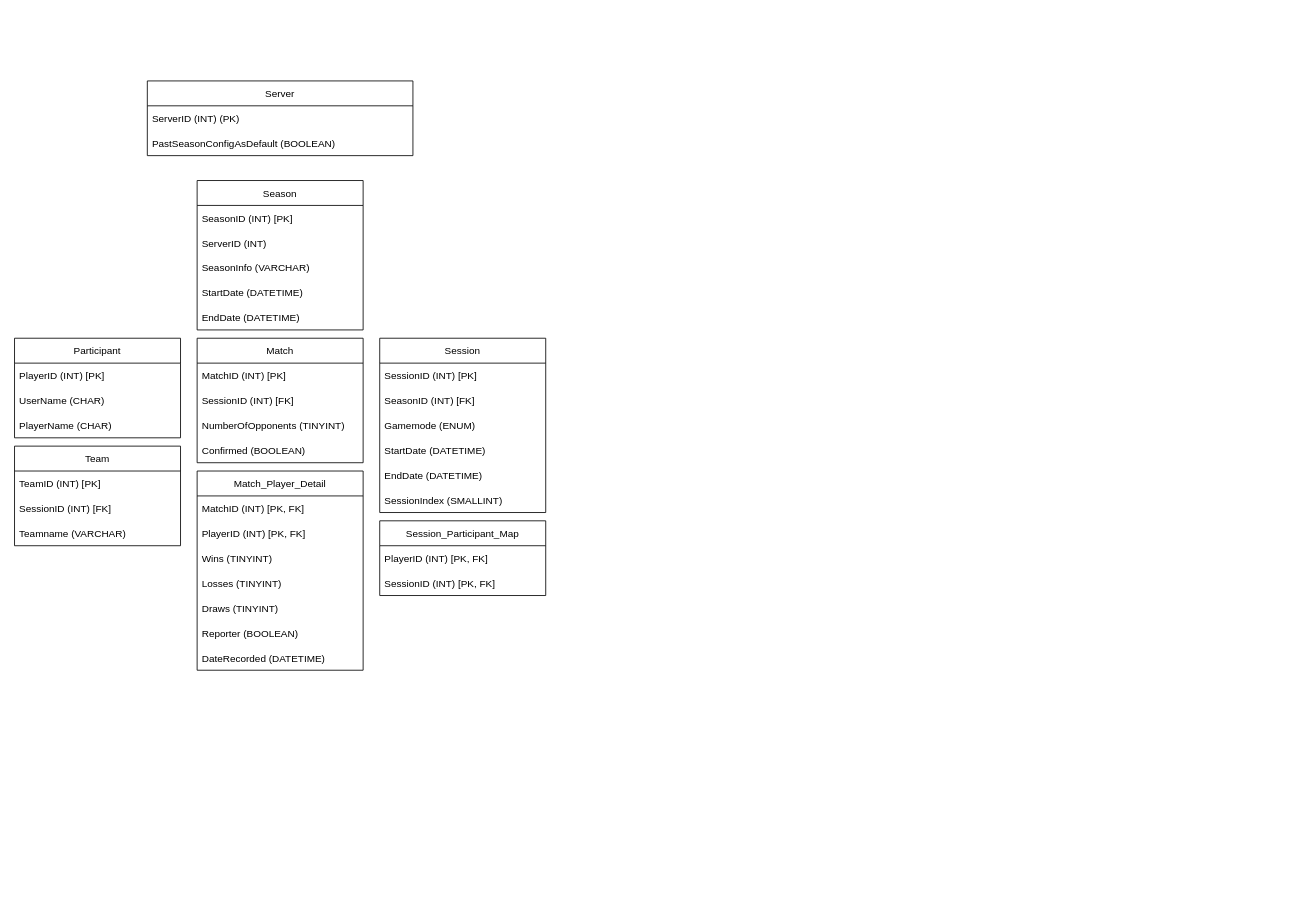
Earlier version of the draw.io diagram TourneyBotDB.drawio (SpencerRSMS/TourneyBot). Source tidied: cells renumbered, new cells numbered last; positions are measured from the earlier drawing's top-left corner, leaving out a move shared by most shapes. Both pictures are drawn from the tidied source at 83%, with x=0, y=0 at pixel (14, 81).
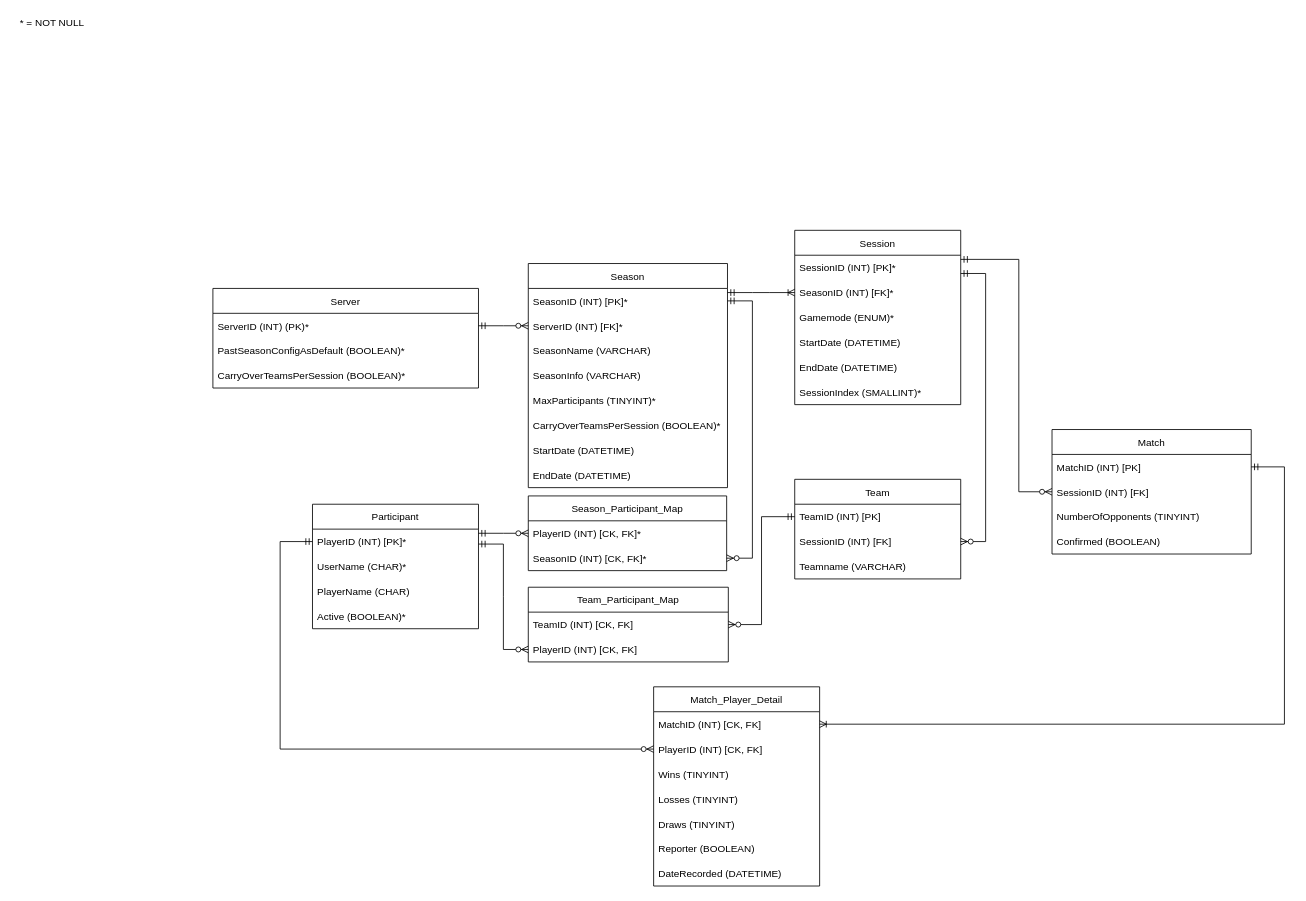
The same page after the edit.

Commit message:
ERD update: Added cardinality, also added a few more entities to tables, changed session_participant_map to season_participant_map

Unchanged cells that the change refers to:
```xml
<mxCell id="18" value="TeamID (INT) [PK]" style="text;strokeColor=none;fillColor=none;align=left;verticalAlign=middle;spacingLeft=4;spacingRight=4;overflow=hidden;points=[[0,0.5],[1,0.5]];portConstraint=eastwest;" parent="17" vertex="1">
  <mxGeometry y="30" width="200" height="30" as="geometry" />
</mxCell>
<mxCell id="19" value="SessionID (INT) [FK]" style="text;strokeColor=none;fillColor=none;align=left;verticalAlign=middle;spacingLeft=4;spacingRight=4;overflow=hidden;points=[[0,0.5],[1,0.5]];portConstraint=eastwest;" parent="17" vertex="1">
  <mxGeometry y="60" width="200" height="30" as="geometry" />
</mxCell>
```

What changed in the source:
```diff
@@
     <mxCell id="2" value="Participant" style="swimlane;fontStyle=0;horizontal=1;startSize=30;" parent="1" vertex="1">
-      <mxGeometry y="310" width="200" height="120" as="geometry" />
+      <mxGeometry x="359" y="510" width="200" height="150" as="geometry" />
     </mxCell>
-    <mxCell id="3" value="PlayerID (INT) [PK]" style="text;strokeColor=none;fillColor=none;align=left;verticalAlign=middle;spacingLeft=4;spacingRight=4;overflow=hidden;points=[[0,0.5],[1,0.5]];portConstraint=eastwest;" parent="2" vertex="1">
+    <mxCell id="3" value="PlayerID (INT) [PK]*" style="text;strokeColor=none;fillColor=none;align=left;verticalAlign=middle;spacingLeft=4;spacingRight=4;overflow=hidden;points=[[0,0.5],[1,0.5]];portConstraint=eastwest;" parent="2" vertex="1">
       <mxGeometry y="30" width="200" height="30" as="geometry" />
     </mxCell>
-    <mxCell id="4" value="UserName (CHAR)" style="text;strokeColor=none;fillColor=none;align=left;verticalAlign=middle;spacingLeft=4;spacingRight=4;overflow=hidden;" parent="2" vertex="1">
+    <mxCell id="4" value="UserName (CHAR)*" style="text;strokeColor=none;fillColor=none;align=left;verticalAlign=middle;spacingLeft=4;spacingRight=4;overflow=hidden;" parent="2" vertex="1">
       <mxGeometry y="60" width="200" height="30" as="geometry" />
     </mxCell>
@@
+    <mxCell id="42" value="Active (BOOLEAN)*" style="text;strokeColor=none;fillColor=none;align=left;verticalAlign=middle;spacingLeft=4;spacingRight=4;overflow=hidden;" parent="2" vertex="1">
+      <mxGeometry y="120" width="200" height="30" as="geometry" />
+    </mxCell>
     <mxCell id="6" value="Season" style="swimlane;fontStyle=0;horizontal=1;startSize=30;" parent="1" vertex="1">
-      <mxGeometry x="220" y="120" width="200" height="180" as="geometry" />
+      <mxGeometry x="619" y="220" width="240" height="270" as="geometry" />
     </mxCell>
-    <mxCell id="7" value="SeasonID (INT) [PK] " style="text;strokeColor=none;fillColor=none;align=left;verticalAlign=middle;spacingLeft=4;spacingRight=4;overflow=hidden;points=[[0,0.5],[1,0.5]];portConstraint=eastwest;" parent="6" vertex="1">
-      <mxGeometry y="30" width="200" height="30" as="geometry" />
+    <mxCell id="7" value="SeasonID (INT) [PK]*" style="text;strokeColor=none;fillColor=none;align=left;verticalAlign=middle;spacingLeft=4;spacingRight=4;overflow=hidden;points=[[0,0.5],[1,0.5]];portConstraint=eastwest;" parent="6" vertex="1">
+      <mxGeometry y="30" width="240" height="30" as="geometry" />
     </mxCell>
-    <mxCell id="8" value="ServerID (INT)" style="text;strokeColor=none;fillColor=none;align=left;verticalAlign=middle;spacingLeft=4;spacingRight=4;overflow=hidden;points=[[0,0.5],[1,0.5]];portConstraint=eastwest;" parent="6" vertex="1">
-      <mxGeometry y="60" width="200" height="30" as="geometry" />
+    <mxCell id="8" value="ServerID (INT) [FK]*" style="text;strokeColor=none;fillColor=none;align=left;verticalAlign=middle;spacingLeft=4;spacingRight=4;overflow=hidden;points=[[0,0.5],[1,0.5]];portConstraint=eastwest;" parent="6" vertex="1">
+      <mxGeometry y="60" width="240" height="30" as="geometry" />
     </mxCell>
+    <mxCell id="43" value="SeasonName (VARCHAR)" style="text;strokeColor=none;fillColor=none;align=left;verticalAlign=middle;spacingLeft=4;spacingRight=4;overflow=hidden;" parent="6" vertex="1">
+      <mxGeometry y="90" width="240" height="30" as="geometry" />
+    </mxCell>
     <mxCell id="9" value="SeasonInfo (VARCHAR)" style="text;strokeColor=none;fillColor=none;align=left;verticalAlign=middle;spacingLeft=4;spacingRight=4;overflow=hidden;" parent="6" vertex="1">
-      <mxGeometry y="90" width="200" height="30" as="geometry" />
+      <mxGeometry y="120" width="240" height="30" as="geometry" />
     </mxCell>
+    <mxCell id="44" value="MaxParticipants (TINYINT)*" style="text;strokeColor=none;fillColor=none;align=left;verticalAlign=middle;spacingLeft=4;spacingRight=4;overflow=hidden;" parent="6" vertex="1">
+      <mxGeometry y="150" width="240" height="30" as="geometry" />
+    </mxCell>
+    <mxCell id="45" value="CarryOverTeamsPerSession (BOOLEAN)*" style="text;strokeColor=none;fillColor=none;align=left;verticalAlign=middle;spacingLeft=4;spacingRight=4;overflow=hidden;" parent="6" vertex="1">
+      <mxGeometry y="180" width="240" height="30" as="geometry" />
+    </mxCell>
     <mxCell id="10" value="StartDate (DATETIME)" style="text;strokeColor=none;fillColor=none;align=left;verticalAlign=middle;spacingLeft=4;spacingRight=4;overflow=hidden;" parent="6" vertex="1">
-      <mxGeometry y="120" width="200" height="30" as="geometry" />
+      <mxGeometry y="210" width="240" height="30" as="geometry" />
     </mxCell>
     <mxCell id="11" value="EndDate (DATETIME)" style="text;strokeColor=none;fillColor=none;align=left;verticalAlign=middle;spacingLeft=4;spacingRight=4;overflow=hidden;" parent="6" vertex="1">
-      <mxGeometry y="150" width="200" height="30" as="geometry" />
+      <mxGeometry y="240" width="240" height="30" as="geometry" />
     </mxCell>
     <mxCell id="12" value="Match" style="swimlane;fontStyle=0;horizontal=1;startSize=30;" parent="1" vertex="1">
-      <mxGeometry x="220" y="310" width="200" height="150" as="geometry" />
+      <mxGeometry x="1250" y="420" width="240" height="150" as="geometry" />
     </mxCell>
     <mxCell id="13" value="MatchID (INT) [PK]" style="text;strokeColor=none;fillColor=none;align=left;verticalAlign=middle;spacingLeft=4;spacingRight=4;overflow=hidden;points=[[0,0.5],[1,0.5]];portConstraint=eastwest;" parent="12" vertex="1">
-      <mxGeometry y="30" width="200" height="30" as="geometry" />
+      <mxGeometry y="30" width="240" height="30" as="geometry" />
     </mxCell>
     <mxCell id="14" value="SessionID (INT) [FK]" style="text;strokeColor=none;fillColor=none;align=left;verticalAlign=middle;spacingLeft=4;spacingRight=4;overflow=hidden;points=[[0,0.5],[1,0.5]];portConstraint=eastwest;" parent="12" vertex="1">
-      <mxGeometry y="60" width="200" height="30" as="geometry" />
+      <mxGeometry y="60" width="240" height="30" as="geometry" />
     </mxCell>
     <mxCell id="15" value="NumberOfOpponents (TINYINT)" style="text;strokeColor=none;fillColor=none;align=left;verticalAlign=middle;spacingLeft=4;spacingRight=4;overflow=hidden;" parent="12" vertex="1">
-      <mxGeometry y="90" width="200" height="30" as="geometry" />
+      <mxGeometry y="90" width="240" height="30" as="geometry" />
     </mxCell>
     <mxCell id="16" value="Confirmed (BOOLEAN)" style="text;strokeColor=none;fillColor=none;align=left;verticalAlign=middle;spacingLeft=4;spacingRight=4;overflow=hidden;" parent="12" vertex="1">
-      <mxGeometry y="120" width="200" height="30" as="geometry" />
+      <mxGeometry y="120" width="240" height="30" as="geometry" />
     </mxCell>
     <mxCell id="17" value="Team" style="swimlane;fontStyle=0;horizontal=1;startSize=30;" parent="1" vertex="1">
-      <mxGeometry y="440" width="200" height="120" as="geometry" />
+      <mxGeometry x="940" y="480" width="200" height="120" as="geometry" />
     </mxCell>
@@
     <mxCell id="21" value="Session" style="swimlane;fontStyle=0;horizontal=1;startSize=30;" parent="1" vertex="1">
-      <mxGeometry x="440" y="310" width="200" height="210" as="geometry" />
+      <mxGeometry x="940" y="180" width="200" height="210" as="geometry" />
     </mxCell>
-    <mxCell id="22" value="SessionID (INT) [PK]" style="text;strokeColor=none;fillColor=none;align=left;verticalAlign=middle;spacingLeft=4;spacingRight=4;overflow=hidden;" parent="21" vertex="1">
+    <mxCell id="22" value="SessionID (INT) [PK]*" style="text;strokeColor=none;fillColor=none;align=left;verticalAlign=middle;spacingLeft=4;spacingRight=4;overflow=hidden;" parent="21" vertex="1">
       <mxGeometry y="30" width="200" height="30" as="geometry" />
     </mxCell>
-    <mxCell id="23" value="SeasonID (INT) [FK]" style="text;strokeColor=none;fillColor=none;align=left;verticalAlign=middle;spacingLeft=4;spacingRight=4;overflow=hidden;points=[[0,0.5],[1,0.5]];portConstraint=eastwest;" parent="21" vertex="1">
+    <mxCell id="23" value="SeasonID (INT) [FK]*" style="text;strokeColor=none;fillColor=none;align=left;verticalAlign=middle;spacingLeft=4;spacingRight=4;overflow=hidden;points=[[0,0.5],[1,0.5]];portConstraint=eastwest;" parent="21" vertex="1">
       <mxGeometry y="60" width="200" height="30" as="geometry" />
     </mxCell>
-    <mxCell id="24" value="Gamemode (ENUM)" style="text;strokeColor=none;fillColor=none;align=left;verticalAlign=middle;spacingLeft=4;spacingRight=4;overflow=hidden;" parent="21" vertex="1">
+    <mxCell id="24" value="Gamemode (ENUM)*" style="text;strokeColor=none;fillColor=none;align=left;verticalAlign=middle;spacingLeft=4;spacingRight=4;overflow=hidden;" parent="21" vertex="1">
       <mxGeometry y="90" width="200" height="30" as="geometry" />
     </mxCell>
@@
-    <mxCell id="27" value="SessionIndex (SMALLINT)" style="text;strokeColor=none;fillColor=none;align=left;verticalAlign=middle;spacingLeft=4;spacingRight=4;overflow=hidden;" parent="21" vertex="1">
+    <mxCell id="27" value="SessionIndex (SMALLINT)*" style="text;strokeColor=none;fillColor=none;align=left;verticalAlign=middle;spacingLeft=4;spacingRight=4;overflow=hidden;" parent="21" vertex="1">
       <mxGeometry y="180" width="200" height="30" as="geometry" />
     </mxCell>
     <mxCell id="28" value="Match_Player_Detail" style="swimlane;fontStyle=0;horizontal=1;startSize=30;" parent="1" vertex="1">
-      <mxGeometry x="220" y="470" width="200" height="240" as="geometry" />
+      <mxGeometry x="770" y="730" width="200" height="240" as="geometry" />
     </mxCell>
-    <mxCell id="29" value="MatchID (INT) [PK, FK]" style="text;strokeColor=none;fillColor=none;align=left;verticalAlign=middle;spacingLeft=4;spacingRight=4;overflow=hidden;points=[[0,0.5],[1,0.5]];portConstraint=eastwest;" parent="28" vertex="1">
+    <mxCell id="29" value="MatchID (INT) [CK, FK]" style="text;strokeColor=none;fillColor=none;align=left;verticalAlign=middle;spacingLeft=4;spacingRight=4;overflow=hidden;points=[[0,0.5],[1,0.5]];portConstraint=eastwest;" parent="28" vertex="1">
       <mxGeometry y="30" width="200" height="30" as="geometry" />
     </mxCell>
-    <mxCell id="30" value="PlayerID (INT) [PK, FK]" style="text;strokeColor=none;fillColor=none;align=left;verticalAlign=middle;spacingLeft=4;spacingRight=4;overflow=hidden;points=[[0,0.5],[1,0.5]];portConstraint=eastwest;" parent="28" vertex="1">
+    <mxCell id="30" value="PlayerID (INT) [CK, FK]" style="text;strokeColor=none;fillColor=none;align=left;verticalAlign=middle;spacingLeft=4;spacingRight=4;overflow=hidden;points=[[0,0.5],[1,0.5]];portConstraint=eastwest;" parent="28" vertex="1">
       <mxGeometry y="60" width="200" height="30" as="geometry" />
     </mxCell>
@@
-    <mxCell id="36" value="Session_Participant_Map" style="swimlane;fontStyle=0;horizontal=1;startSize=30;" parent="1" vertex="1">
-      <mxGeometry x="440" y="530" width="200" height="90" as="geometry" />
+    <mxCell id="36" value="Season_Participant_Map" style="swimlane;fontStyle=0;horizontal=1;startSize=30;" parent="1" vertex="1">
+      <mxGeometry x="619" y="500" width="239" height="90" as="geometry" />
     </mxCell>
-    <mxCell id="37" value="PlayerID (INT) [PK, FK]" style="text;strokeColor=none;fillColor=none;align=left;verticalAlign=middle;spacingLeft=4;spacingRight=4;overflow=hidden;points=[[0,0.5],[1,0.5]];portConstraint=eastwest;" parent="36" vertex="1">
-      <mxGeometry y="30" width="200" height="30" as="geometry" />
+    <mxCell id="37" value="PlayerID (INT) [CK, FK]*" style="text;strokeColor=none;fillColor=none;align=left;verticalAlign=middle;spacingLeft=4;spacingRight=4;overflow=hidden;points=[[0,0.5],[1,0.5]];portConstraint=eastwest;" parent="36" vertex="1">
+      <mxGeometry y="30" width="239" height="30" as="geometry" />
     </mxCell>
-    <mxCell id="38" value="SessionID (INT) [PK, FK]" style="text;strokeColor=none;fillColor=none;align=left;verticalAlign=middle;spacingLeft=4;spacingRight=4;overflow=hidden;points=[[0,0.5],[1,0.5]];portConstraint=eastwest;" parent="36" vertex="1">
-      <mxGeometry y="60" width="200" height="30" as="geometry" />
+    <mxCell id="38" value="SeasonID (INT) [CK, FK]*" style="text;strokeColor=none;fillColor=none;align=left;verticalAlign=middle;spacingLeft=4;spacingRight=4;overflow=hidden;points=[[0,0.5],[1,0.5]];portConstraint=eastwest;" parent="36" vertex="1">
+      <mxGeometry y="60" width="239" height="30" as="geometry" />
     </mxCell>
     <mxCell id="39" value="Server" style="swimlane;fontStyle=0;horizontal=1;startSize=30;" parent="1" vertex="1">
-      <mxGeometry x="160" width="320" height="90" as="geometry" />
+      <mxGeometry x="239" y="250" width="320" height="120" as="geometry" />
     </mxCell>
-    <mxCell id="40" value="ServerID (INT) (PK)" style="text;strokeColor=none;fillColor=none;align=left;verticalAlign=middle;spacingLeft=4;spacingRight=4;overflow=hidden;points=[[0,0.5],[1,0.5]];portConstraint=eastwest;" parent="39" vertex="1">
+    <mxCell id="40" value="ServerID (INT) (PK)*" style="text;strokeColor=none;fillColor=none;align=left;verticalAlign=middle;spacingLeft=4;spacingRight=4;overflow=hidden;points=[[0,0.5],[1,0.5]];portConstraint=eastwest;" parent="39" vertex="1">
       <mxGeometry y="30" width="320" height="30" as="geometry" />
     </mxCell>
-    <mxCell id="41" value="PastSeasonConfigAsDefault (BOOLEAN)" style="text;strokeColor=none;fillColor=none;align=left;verticalAlign=middle;spacingLeft=4;spacingRight=4;overflow=hidden;" parent="39" vertex="1">
+    <mxCell id="41" value="PastSeasonConfigAsDefault (BOOLEAN)*" style="text;strokeColor=none;fillColor=none;align=left;verticalAlign=middle;spacingLeft=4;spacingRight=4;overflow=hidden;" parent="39" vertex="1">
       <mxGeometry y="60" width="320" height="30" as="geometry" />
     </mxCell>
+    <mxCell id="46" value="CarryOverTeamsPerSession (BOOLEAN)*" style="text;strokeColor=none;fillColor=none;align=left;verticalAlign=middle;spacingLeft=4;spacingRight=4;overflow=hidden;" parent="39" vertex="1">
+      <mxGeometry y="90" width="320" height="30" as="geometry" />
+    </mxCell>
+    <mxCell id="47" style="edgeStyle=entityRelationEdgeStyle;fontSize=12;html=1;endArrow=ERzeroToMany;startArrow=ERmandOne;rounded=0;entryX=0;entryY=0.5;entryDx=0;entryDy=0;" parent="1" edge="1" source="40" target="8">
+      <mxGeometry relative="1" as="geometry" />
+    </mxCell>
+    <mxCell id="48" value="&lt;div&gt;* = NOT NULL&lt;/div&gt;" style="text;html=1;align=center;verticalAlign=middle;strokeColor=none;fillColor=none;" parent="1" vertex="1">
+      <mxGeometry y="-80" width="90" height="20" as="geometry" />
+    </mxCell>
+    <mxCell id="49" style="edgeStyle=entityRelationEdgeStyle;fontSize=12;html=1;endArrow=ERoneToMany;startArrow=ERmandOne;rounded=0;" parent="1" edge="1" target="23">
+      <mxGeometry relative="1" as="geometry">
+        <mxPoint x="859" y="255" as="sourcePoint" />
+      </mxGeometry>
+    </mxCell>
+    <mxCell id="50" style="edgeStyle=entityRelationEdgeStyle;fontSize=12;html=1;endArrow=ERzeroToMany;startArrow=ERmandOne;rounded=0;" parent="1" edge="1" source="7" target="38">
+      <mxGeometry relative="1" as="geometry" />
+    </mxCell>
+    <mxCell id="51" value="Team_Participant_Map" style="swimlane;fontStyle=0;horizontal=1;startSize=30;" parent="1" vertex="1">
+      <mxGeometry x="619" y="610" width="241" height="90" as="geometry" />
+    </mxCell>
+    <mxCell id="52" value="TeamID (INT) [CK, FK]" style="text;strokeColor=none;fillColor=none;align=left;verticalAlign=middle;spacingLeft=4;spacingRight=4;overflow=hidden;points=[[0,0.5],[1,0.5]];portConstraint=eastwest;" parent="51" vertex="1">
+      <mxGeometry y="30" width="241" height="30" as="geometry" />
+    </mxCell>
+    <mxCell id="53" value="PlayerID (INT) [CK, FK]" style="text;strokeColor=none;fillColor=none;align=left;verticalAlign=middle;spacingLeft=4;spacingRight=4;overflow=hidden;points=[[0,0.5],[1,0.5]];portConstraint=eastwest;" parent="51" vertex="1">
+      <mxGeometry y="60" width="241" height="30" as="geometry" />
+    </mxCell>
+    <mxCell id="54" style="edgeStyle=entityRelationEdgeStyle;fontSize=12;html=1;endArrow=ERzeroToMany;startArrow=ERmandOne;rounded=0;exitX=1;exitY=0.5;exitDx=0;exitDy=0;" parent="1" edge="1" target="19">
+      <mxGeometry relative="1" as="geometry">
+        <mxPoint x="1140" y="232" as="sourcePoint" />
+      </mxGeometry>
+    </mxCell>
+    <mxCell id="55" style="edgeStyle=entityRelationEdgeStyle;fontSize=12;html=1;endArrow=ERzeroToMany;startArrow=ERmandOne;rounded=0;" parent="1" edge="1" target="37">
+      <mxGeometry relative="1" as="geometry">
+        <mxPoint x="559" y="545" as="sourcePoint" />
+      </mxGeometry>
+    </mxCell>
+    <mxCell id="56" style="edgeStyle=entityRelationEdgeStyle;fontSize=12;html=1;endArrow=ERzeroToMany;startArrow=ERmandOne;rounded=0;" parent="1" edge="1" target="53">
+      <mxGeometry relative="1" as="geometry">
+        <mxPoint x="559" y="558" as="sourcePoint" />
+      </mxGeometry>
+    </mxCell>
+    <mxCell id="57" style="edgeStyle=orthogonalEdgeStyle;fontSize=12;html=1;endArrow=ERzeroToMany;startArrow=ERmandOne;rounded=0;entryX=1;entryY=0.5;entryDx=0;entryDy=0;exitX=0;exitY=0.5;exitDx=0;exitDy=0;" parent="1" edge="1" source="18" target="52">
+      <mxGeometry relative="1" as="geometry" />
+    </mxCell>
+    <mxCell id="58" style="edgeStyle=orthogonalEdgeStyle;fontSize=12;html=1;endArrow=ERzeroToMany;startArrow=ERmandOne;rounded=0;" parent="1" edge="1" target="14">
+      <mxGeometry relative="1" as="geometry">
+        <mxPoint x="1140" y="215" as="sourcePoint" />
+        <Array as="points">
+          <mxPoint x="1210" y="215" />
+          <mxPoint x="1210" y="495" />
+        </Array>
+      </mxGeometry>
+    </mxCell>
+    <mxCell id="59" style="edgeStyle=orthogonalEdgeStyle;fontSize=12;html=1;endArrow=ERzeroToMany;startArrow=ERmandOne;rounded=0;exitX=0;exitY=0.5;exitDx=0;exitDy=0;strokeColor=default;" parent="1" edge="1" source="3" target="30">
+      <mxGeometry relative="1" as="geometry">
+        <Array as="points">
+          <mxPoint x="320" y="555" />
+          <mxPoint x="320" y="805" />
+        </Array>
+      </mxGeometry>
+    </mxCell>
+    <mxCell id="60" style="edgeStyle=orthogonalEdgeStyle;fontSize=12;html=1;endArrow=ERoneToMany;startArrow=ERmandOne;rounded=0;strokeColor=default;" parent="1" edge="1" source="13" target="29">
+      <mxGeometry relative="1" as="geometry">
+        <Array as="points">
+          <mxPoint x="1530" y="465" />
+          <mxPoint x="1530" y="775" />
+        </Array>
+      </mxGeometry>
+    </mxCell>
```
